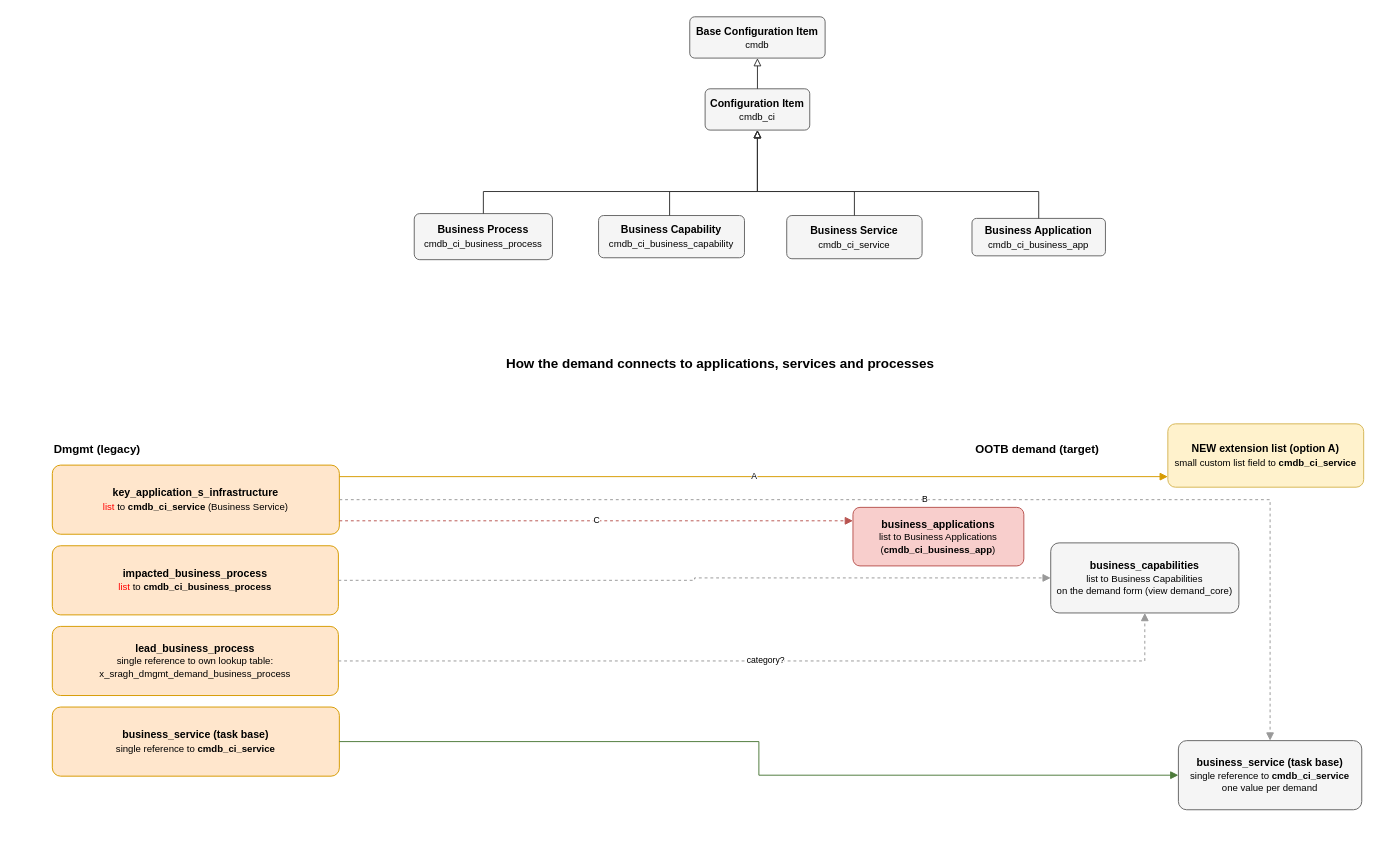
Earlier version of the draw.io diagram page "cmdb" (5 of 7) of SarDm.drawio (algimas/tmp). Source tidied: cells renumbered, new cells numbered last; positions are measured from the earlier drawing's top-left corner, leaving out a move shared by most shapes. Both pictures are drawn from the tidied source at 96%, with x=0, y=0 at pixel (52, 16).
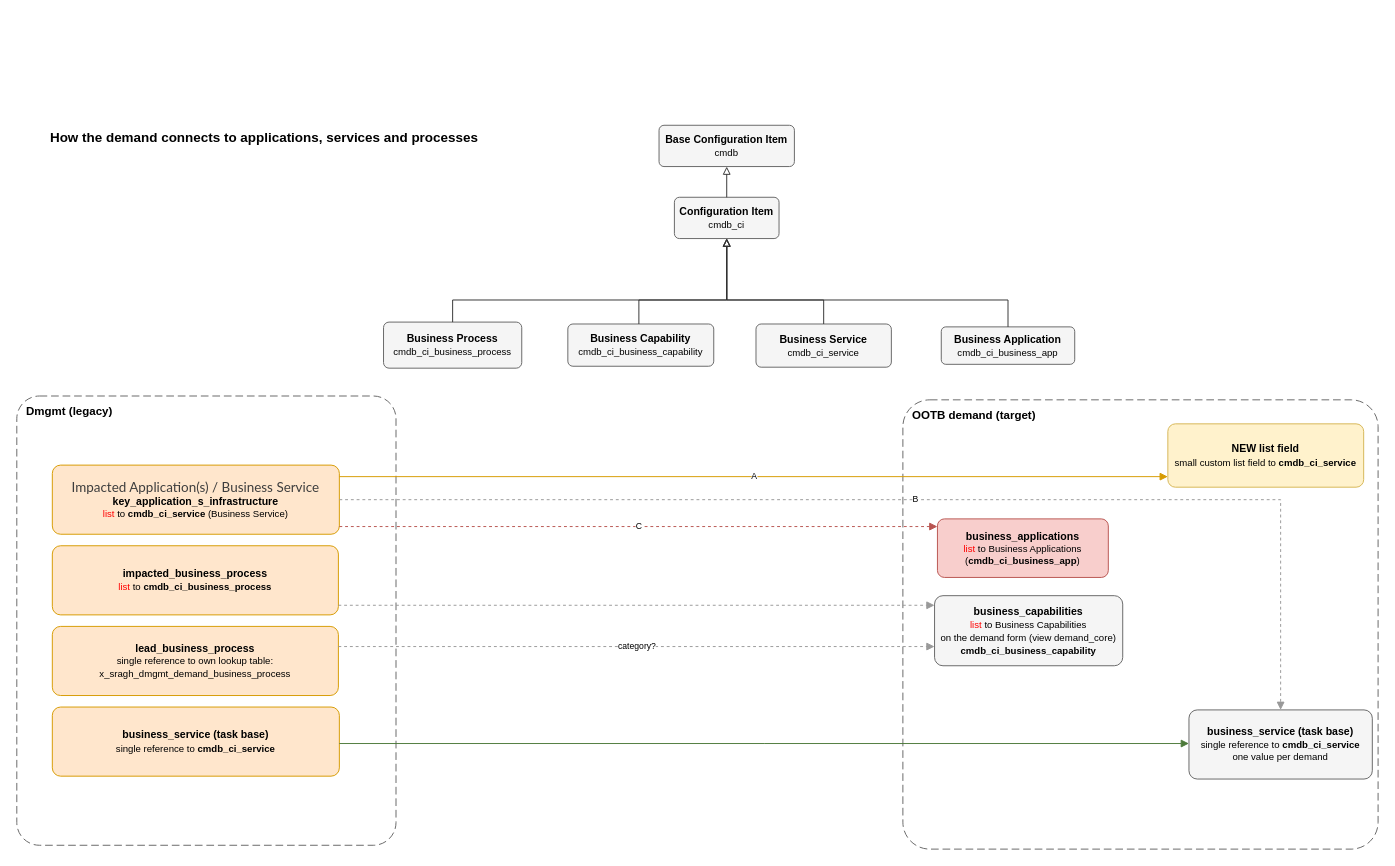
The same diagram, later.

The change refers to these unchanged cells:
```xml
<mxCell id="6" value="&lt;b&gt;impacted_business_process&lt;/b&gt;&lt;br&gt;&lt;font style=&quot;font-size:10px&quot;&gt;&lt;span style=&quot;color: rgb(255, 0, 0);&quot;&gt;list&lt;/span&gt; to &lt;b&gt;cmdb_ci_business_process&lt;/b&gt;&lt;/font&gt;" style="rounded=1;arcSize=12;whiteSpace=wrap;html=1;fillColor=#ffe6cc;strokeColor=#d79b00;fontSize=11;align=center;verticalAlign=middle;spacing=4;" parent="1" vertex="1">
  <mxGeometry y="551" width="298" height="72" as="geometry" />
</mxCell>
<mxCell id="7" value="&lt;b&gt;lead_business_process&lt;/b&gt;&lt;br&gt;&lt;font style=&quot;font-size:10px&quot;&gt;single reference to own lookup table:&lt;/font&gt;&lt;div&gt;&lt;font style=&quot;&quot;&gt;&lt;span style=&quot;font-size: 10px;&quot;&gt;x_sragh_dmgmt_demand_business_process&lt;/span&gt;&lt;/font&gt;&lt;/div&gt;" style="rounded=1;arcSize=12;whiteSpace=wrap;html=1;fillColor=#ffe6cc;strokeColor=#d79b00;fontSize=11;align=center;verticalAlign=middle;spacing=4;" parent="1" vertex="1">
  <mxGeometry y="635" width="298" height="72" as="geometry" />
</mxCell>
<mxCell id="8" value="&lt;b&gt;business_service (task base)&lt;/b&gt;&lt;br&gt;&lt;font style=&quot;font-size:10px&quot;&gt;single reference to &lt;b&gt;cmdb_ci_service&lt;/b&gt;&lt;/font&gt;" style="rounded=1;arcSize=12;whiteSpace=wrap;html=1;fillColor=#ffe6cc;strokeColor=#d79b00;fontSize=11;align=center;verticalAlign=middle;spacing=4;" parent="1" vertex="1">
  <mxGeometry y="719" width="299" height="72" as="geometry" />
</mxCell>
```

Diff of the diagram source:
```diff
@@
-    <mxCell id="2" value="&lt;b&gt;How the demand connects to applications, services and processes&lt;/b&gt;" style="text;html=1;whiteSpace=wrap;align=left;verticalAlign=top;fontSize=14;" parent="1" vertex="1">
-      <mxGeometry x="471" y="346" width="468" height="24" as="geometry" />
-    </mxCell>
-    <mxCell id="3" value="&lt;b&gt;Dmgmt (legacy)&lt;/b&gt;" style="text;html=1;whiteSpace=wrap;align=left;verticalAlign=top;fontSize=12;" parent="1" vertex="1">
-      <mxGeometry y="437" width="400" height="20" as="geometry" />
+    <mxCell id="3" value="&lt;b style=&quot;font-size: 12px;&quot;&gt;Dmgmt (legacy)&lt;/b&gt;" style="rounded=1;arcSize=6;whiteSpace=wrap;html=1;fillColor=none;strokeColor=#666666;dashed=1;dashPattern=8 4;fontSize=10;align=left;verticalAlign=top;spacingLeft=8;spacingTop=2;" parent="1" vertex="1">
+      <mxGeometry x="-37" y="395" width="395" height="468" as="geometry" />
     </mxCell>
-    <mxCell id="4" value="&lt;b&gt;OOTB demand (target)&lt;/b&gt;" style="text;html=1;whiteSpace=wrap;align=left;verticalAlign=top;fontSize=12;" parent="1" vertex="1">
-      <mxGeometry x="960" y="437" width="400" height="20" as="geometry" />
+    <mxCell id="4" value="&lt;b style=&quot;font-size: 12px;&quot;&gt;OOTB demand (target)&lt;/b&gt;" style="rounded=1;arcSize=6;whiteSpace=wrap;html=1;fillColor=none;strokeColor=#666666;dashed=1;dashPattern=8 4;fontSize=10;align=left;verticalAlign=top;spacingLeft=8;spacingTop=2;" parent="1" vertex="1">
+      <mxGeometry x="886" y="399" width="495" height="468" as="geometry" />
     </mxCell>
+    <mxCell id="2" value="&lt;b&gt;How the demand connects to applications, services and processes&lt;/b&gt;" style="text;html=1;whiteSpace=wrap;align=left;verticalAlign=top;fontSize=14;" parent="1" vertex="1">
+      <mxGeometry x="-4" y="111" width="468" height="24" as="geometry" />
+    </mxCell>
-    <mxCell id="5" value="&lt;b&gt;key_application_s_infrastructure&lt;/b&gt;&lt;br&gt;&lt;font style=&quot;font-size:10px&quot;&gt;&lt;span style=&quot;color: rgb(255, 0, 0);&quot;&gt;list&lt;/span&gt; to &lt;b&gt;cmdb_ci_service&lt;/b&gt; (Business Service)&lt;/font&gt;" style="rounded=1;arcSize=12;whiteSpace=wrap;html=1;fillColor=#ffe6cc;strokeColor=#d79b00;fontSize=11;align=center;verticalAlign=middle;spacing=4;" parent="1" vertex="1">
+    <mxCell id="5" value="&lt;div&gt;&lt;a class=&quot;linked formlink&quot; aria-label=&quot;Open record: Impacted Application(s) / Business Service&quot; href=&quot;https://sartoriusdev.service-now.com/sys_dictionary.do?sys_id=7ffb9ac61b3224d087c842eacd4bcb19&amp;amp;sysparm_record_target=sys_dictionary&amp;amp;sysparm_record_row=1&amp;amp;sysparm_record_rows=2&amp;amp;sysparm_record_list=nameONE+INx_sragh_dmgmt_dmgmt%2Ctask%5Eelement%21%3DNULL%5EelementSTARTSWITHk%5EORDERBYDESCsys_updated_on&quot; style=&quot;box-sizing: border-box; scrollbar-color: rgb(61, 61, 61) rgb(247, 247, 247); scrollbar-width: auto; background: 0px 0px; color: rgb(61, 61, 61); cursor: pointer; text-decoration: none; transition: color 0.3s cubic-bezier(0.075, 0.82, 0.165, 1); font-size: 14px; font-family: Lato, Arial, sans-serif; text-align: left;&quot;&gt;Impacted Application(s) / Business Service&lt;/a&gt;&lt;b&gt;&lt;/b&gt;&lt;/div&gt;&lt;b&gt;key_application_s_infrastructure&lt;/b&gt;&lt;br&gt;&lt;font style=&quot;font-size:10px&quot;&gt;&lt;span style=&quot;color: rgb(255, 0, 0);&quot;&gt;list&lt;/span&gt; to &lt;b&gt;cmdb_ci_service&lt;/b&gt; (Business Service)&lt;/font&gt;" style="rounded=1;arcSize=12;whiteSpace=wrap;html=1;fillColor=#ffe6cc;strokeColor=#d79b00;fontSize=11;align=center;verticalAlign=middle;spacing=4;" parent="1" vertex="1">
       <mxGeometry y="467" width="299" height="72" as="geometry" />
     </mxCell>
@@
-    <mxCell id="9" value="&lt;b&gt;business_applications&lt;/b&gt;&lt;br&gt;&lt;font style=&quot;font-size:10px&quot;&gt;list to Business Applications (&lt;b&gt;cmdb_ci_business_app&lt;/b&gt;)&lt;/font&gt;" style="rounded=1;arcSize=12;whiteSpace=wrap;html=1;fillColor=#f8cecc;strokeColor=#b85450;fontSize=11;align=center;verticalAlign=middle;spacing=4;" parent="1" vertex="1">
-      <mxGeometry x="834" y="511" width="178" height="61" as="geometry" />
+    <mxCell id="9" value="&lt;b&gt;business_applications&lt;/b&gt;&lt;br&gt;&lt;font style=&quot;font-size:10px&quot;&gt;&lt;span style=&quot;color: rgb(255, 0, 0);&quot;&gt;list&lt;/span&gt; to Business Applications (&lt;b&gt;cmdb_ci_business_app&lt;/b&gt;)&lt;/font&gt;" style="rounded=1;arcSize=12;whiteSpace=wrap;html=1;fillColor=#f8cecc;strokeColor=#b85450;fontSize=11;align=center;verticalAlign=middle;spacing=4;" parent="1" vertex="1">
+      <mxGeometry x="922" y="523" width="178" height="61" as="geometry" />
     </mxCell>
-    <mxCell id="10" value="&lt;b&gt;business_capabilities&lt;/b&gt;&lt;br&gt;&lt;font style='font-size:10px'&gt;list to Business Capabilities&lt;br&gt;on the demand form (view demand_core)&lt;/font&gt;" style="rounded=1;arcSize=12;whiteSpace=wrap;html=1;fillColor=#f5f5f5;strokeColor=#666666;fontSize=11;align=center;verticalAlign=middle;spacing=4;" parent="1" vertex="1">
-      <mxGeometry x="1040" y="548" width="196" height="73" as="geometry" />
+    <mxCell id="10" value="&lt;b&gt;business_capabilities&lt;/b&gt;&lt;br&gt;&lt;font style=&quot;font-size:10px&quot;&gt;&lt;span style=&quot;color: rgb(255, 0, 0);&quot;&gt;list&lt;/span&gt; to Business Capabilities&lt;br&gt;on the demand form (view demand_core)&lt;/font&gt;&lt;div&gt;&lt;font style=&quot;font-size:10px&quot;&gt;&lt;b&gt;cmdb_ci_business_capability&lt;/b&gt;&lt;/font&gt;&lt;/div&gt;" style="rounded=1;arcSize=12;whiteSpace=wrap;html=1;fillColor=#f5f5f5;strokeColor=#666666;fontSize=11;align=center;verticalAlign=middle;spacing=4;" parent="1" vertex="1">
+      <mxGeometry x="919" y="603" width="196" height="73" as="geometry" />
     </mxCell>
     <mxCell id="11" value="&lt;b&gt;business_service (task base)&lt;/b&gt;&lt;br&gt;&lt;font style=&quot;font-size:10px&quot;&gt;single reference to &lt;b&gt;cmdb_ci_service&lt;/b&gt;&lt;br&gt;one value per demand&lt;/font&gt;" style="rounded=1;arcSize=12;whiteSpace=wrap;html=1;fillColor=#f5f5f5;strokeColor=#666666;fontSize=11;align=center;verticalAlign=middle;spacing=4;" parent="1" vertex="1">
-      <mxGeometry x="1173" y="754" width="191" height="72" as="geometry" />
+      <mxGeometry x="1184" y="722" width="191" height="72" as="geometry" />
     </mxCell>
-    <mxCell id="12" value="&lt;b&gt;NEW extension list (option A)&lt;/b&gt;&lt;br&gt;&lt;font style=&quot;font-size:10px&quot;&gt;small custom list field to &lt;b&gt;cmdb_ci_service&lt;/b&gt;&lt;br&gt;&lt;/font&gt;" style="rounded=1;arcSize=12;whiteSpace=wrap;html=1;fillColor=#fff2cc;strokeColor=#d6b656;fontSize=11;align=center;verticalAlign=middle;spacing=4;" parent="1" vertex="1">
+    <mxCell id="12" value="&lt;b&gt;NEW list field&lt;/b&gt;&lt;br&gt;&lt;font style=&quot;font-size:10px&quot;&gt;small custom list field to &lt;b&gt;cmdb_ci_service&lt;/b&gt;&lt;br&gt;&lt;/font&gt;" style="rounded=1;arcSize=12;whiteSpace=wrap;html=1;fillColor=#fff2cc;strokeColor=#d6b656;fontSize=11;align=center;verticalAlign=middle;spacing=4;" parent="1" vertex="1">
       <mxGeometry x="1162" y="424" width="204" height="66" as="geometry" />
     </mxCell>
@@
-    <mxCell id="16" style="edgeStyle=orthogonalEdgeStyle;rounded=0;html=1;fontSize=9;labelBackgroundColor=#ffffff;strokeColor=#999999;endArrow=block;endFill=1;dashed=1;" parent="1" edge="1" source="6" target="10">
+    <mxCell id="16" style="edgeStyle=elbowEdgeStyle;rounded=0;html=1;fontSize=9;labelBackgroundColor=#ffffff;strokeColor=#999999;endArrow=block;endFill=1;dashed=1;elbow=vertical;" parent="1" edge="1" source="6" target="10">
       <mxGeometry relative="1" as="geometry" />
     </mxCell>
-    <mxCell id="17" value="category?" style="edgeStyle=orthogonalEdgeStyle;rounded=0;html=1;fontSize=9;labelBackgroundColor=#ffffff;strokeColor=#999999;endArrow=block;endFill=1;dashed=1;" parent="1" edge="1" source="7" target="10">
+    <mxCell id="17" value="category?" style="edgeStyle=elbowEdgeStyle;rounded=0;html=1;fontSize=9;labelBackgroundColor=#ffffff;strokeColor=#999999;endArrow=block;endFill=1;dashed=1;elbow=vertical;" parent="1" edge="1" source="7" target="10">
       <mxGeometry relative="1" as="geometry" />
     </mxCell>
-    <mxCell id="18" style="edgeStyle=orthogonalEdgeStyle;rounded=0;html=1;fontSize=9;labelBackgroundColor=#ffffff;strokeColor=#4d7a3a;endArrow=block;endFill=1;" parent="1" edge="1" source="8" target="11">
+    <mxCell id="18" style="edgeStyle=elbowEdgeStyle;rounded=0;html=1;fontSize=9;labelBackgroundColor=#ffffff;strokeColor=#4d7a3a;endArrow=block;endFill=1;elbow=vertical;" parent="1" edge="1" source="8" target="11">
       <mxGeometry relative="1" as="geometry" />
     </mxCell>
     <mxCell id="19" value="&lt;b&gt;Base Configuration Item&lt;/b&gt;&lt;br&gt;&lt;font style='font-size:10px'&gt;cmdb&lt;/font&gt;" style="rounded=1;arcSize=12;whiteSpace=wrap;html=1;fillColor=#f5f5f5;strokeColor=#666666;fontSize=11;align=center;verticalAlign=middle;spacing=4;" parent="1" vertex="1">
-      <mxGeometry x="664" width="141" height="43" as="geometry" />
+      <mxGeometry x="632" y="113" width="141" height="43" as="geometry" />
     </mxCell>
     <mxCell id="20" value="&lt;b&gt;Configuration Item&lt;/b&gt;&lt;br&gt;&lt;font style='font-size:10px'&gt;cmdb_ci&lt;/font&gt;" style="rounded=1;arcSize=12;whiteSpace=wrap;html=1;fillColor=#f5f5f5;strokeColor=#666666;fontSize=11;align=center;verticalAlign=middle;spacing=4;" parent="1" vertex="1">
-      <mxGeometry x="680" y="75" width="109" height="43" as="geometry" />
+      <mxGeometry x="648" y="188" width="109" height="43" as="geometry" />
     </mxCell>
     <mxCell id="21" value="&lt;b&gt;Business Process&lt;/b&gt;&lt;br&gt;&lt;font style='font-size:10px'&gt;cmdb_ci_business_process&lt;/font&gt;" style="rounded=1;arcSize=12;whiteSpace=wrap;html=1;fillColor=#f5f5f5;strokeColor=#666666;fontSize=11;align=center;verticalAlign=middle;spacing=4;" parent="1" vertex="1">
-      <mxGeometry x="377" y="205" width="144" height="48" as="geometry" />
+      <mxGeometry x="345" y="318" width="144" height="48" as="geometry" />
     </mxCell>
     <mxCell id="22" value="&lt;b&gt;Business Capability&lt;/b&gt;&lt;br&gt;&lt;font style='font-size:10px'&gt;cmdb_ci_business_capability&lt;/font&gt;" style="rounded=1;arcSize=12;whiteSpace=wrap;html=1;fillColor=#f5f5f5;strokeColor=#666666;fontSize=11;align=center;verticalAlign=middle;spacing=4;" parent="1" vertex="1">
-      <mxGeometry x="569" y="207" width="152" height="44" as="geometry" />
+      <mxGeometry x="537" y="320" width="152" height="44" as="geometry" />
     </mxCell>
     <mxCell id="23" value="&lt;b&gt;Business Service&lt;/b&gt;&lt;br&gt;&lt;font style='font-size:10px'&gt;cmdb_ci_service&lt;/font&gt;" style="rounded=1;arcSize=12;whiteSpace=wrap;html=1;fillColor=#f5f5f5;strokeColor=#666666;fontSize=11;align=center;verticalAlign=middle;spacing=4;" parent="1" vertex="1">
-      <mxGeometry x="765" y="207" width="141" height="45" as="geometry" />
+      <mxGeometry x="733" y="320" width="141" height="45" as="geometry" />
     </mxCell>
     <mxCell id="24" value="&lt;b&gt;Business Application&lt;/b&gt;&lt;br&gt;&lt;font style='font-size:10px'&gt;cmdb_ci_business_app&lt;/font&gt;" style="rounded=1;arcSize=12;whiteSpace=wrap;html=1;fillColor=#f5f5f5;strokeColor=#666666;fontSize=11;align=center;verticalAlign=middle;spacing=4;" parent="1" vertex="1">
-      <mxGeometry x="958" y="210" width="139" height="39" as="geometry" />
+      <mxGeometry x="926" y="323" width="139" height="39" as="geometry" />
     </mxCell>
@@
     <mxCell id="26" style="edgeStyle=orthogonalEdgeStyle;rounded=0;html=1;fontSize=9;labelBackgroundColor=#ffffff;strokeColor=#333333;endArrow=block;endFill=0;exitX=0.5;exitY=0;exitDx=0;exitDy=0;entryX=0.5;entryY=1;entryDx=0;entryDy=0;" parent="1" edge="1" source="21" target="20">
       <mxGeometry relative="1" as="geometry">
         <Array as="points">
-          <mxPoint x="449" y="182" />
-          <mxPoint x="734.5" y="182" />
+          <mxPoint x="417" y="295" />
+          <mxPoint x="702.5" y="295" />
         </Array>
       </mxGeometry>
     </mxCell>
     <mxCell id="27" style="edgeStyle=orthogonalEdgeStyle;rounded=0;html=1;fontSize=9;labelBackgroundColor=#ffffff;strokeColor=#333333;endArrow=block;endFill=0;entryX=0.5;entryY=1;entryDx=0;entryDy=0;" parent="1" edge="1" source="22" target="20">
       <mxGeometry x="-0.06" relative="1" as="geometry">
         <Array as="points">
-          <mxPoint x="643" y="223" />
-          <mxPoint x="643.7" y="182" />
-          <mxPoint x="734.5" y="182" />
+          <mxPoint x="611" y="336" />
+          <mxPoint x="611.7" y="295" />
+          <mxPoint x="702.5" y="295" />
         </Array>
       </mxGeometry>
     </mxCell>
     <mxCell id="28" style="edgeStyle=orthogonalEdgeStyle;rounded=0;html=1;fontSize=9;labelBackgroundColor=#ffffff;strokeColor=#333333;endArrow=block;endFill=0;exitX=0.5;exitY=0;exitDx=0;exitDy=0;entryX=0.5;entryY=1;entryDx=0;entryDy=0;" parent="1" edge="1" source="23" target="20">
       <mxGeometry x="-0.41" relative="1" as="geometry">
         <Array as="points">
-          <mxPoint x="835.5" y="182" />
-          <mxPoint x="734.5" y="182" />
+          <mxPoint x="803.5" y="295" />
+          <mxPoint x="702.5" y="295" />
         </Array>
       </mxGeometry>
     </mxCell>
     <mxCell id="29" style="edgeStyle=orthogonalEdgeStyle;rounded=0;html=1;fontSize=9;labelBackgroundColor=#ffffff;strokeColor=#333333;endArrow=block;endFill=0;exitX=0.5;exitY=0;exitDx=0;exitDy=0;entryX=0.5;entryY=1;entryDx=0;entryDy=0;" parent="1" edge="1" source="24" target="20">
       <mxGeometry x="-0.24" relative="1" as="geometry">
         <Array as="points">
-          <mxPoint x="1027.5" y="182" />
-          <mxPoint x="734.5" y="182" />
+          <mxPoint x="995.5" y="295" />
+          <mxPoint x="702.5" y="295" />
         </Array>
       </mxGeometry>
     </mxCell>
```
